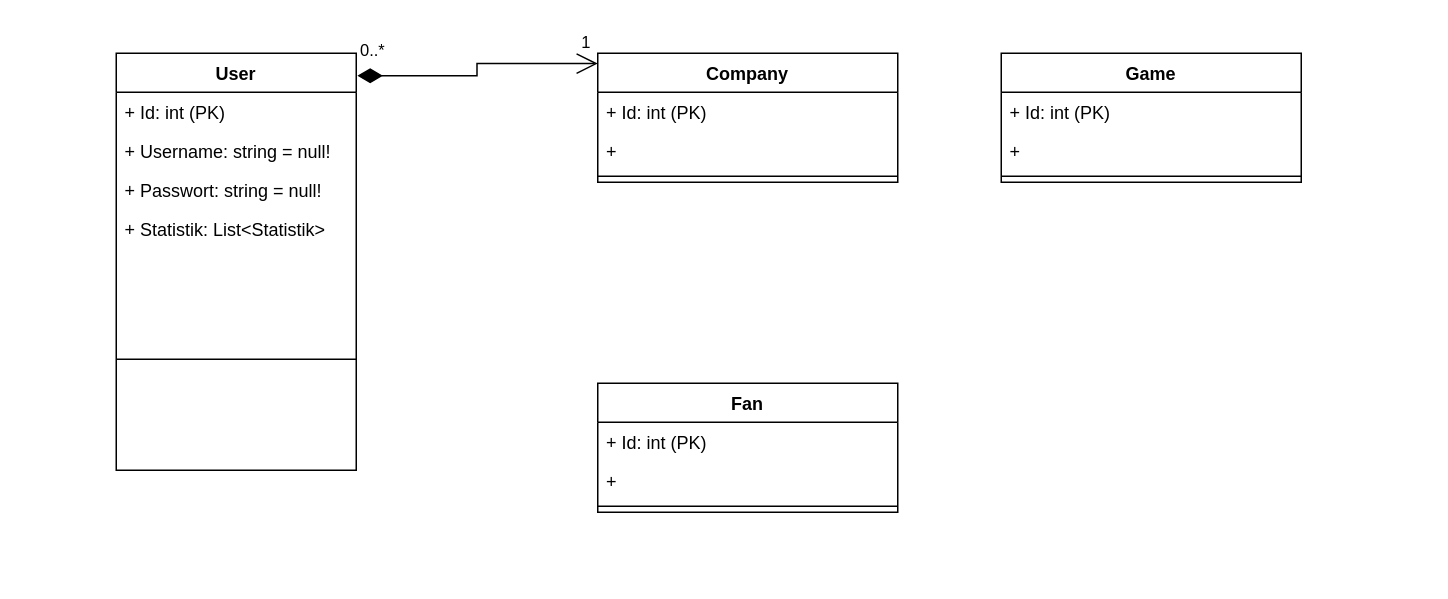
BaranAlg/Multitool-Project keeps this draw.io diagram as Doppelt_UML.drawio. Above is the earlier version. Source tidied: cells renumbered, new cells numbered last; positions are measured from the earlier drawing's top-left corner, leaving out a move shared by most shapes. Both pictures are drawn from the tidied source at 150%, with x=0, y=0 at pixel (116, 52).
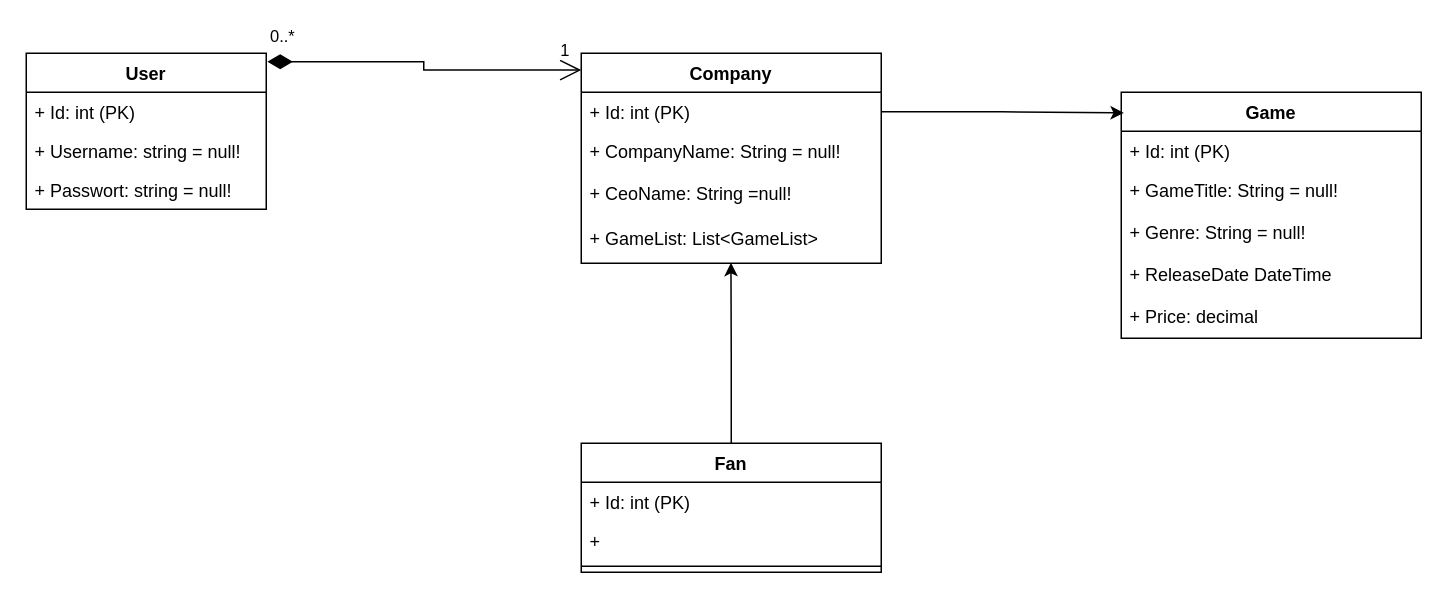
After the change.

The change refers to these unchanged cells:
```xml
<mxCell id="3" value="+ Id: int (PK)" style="text;strokeColor=none;fillColor=none;align=left;verticalAlign=top;spacingLeft=4;spacingRight=4;overflow=hidden;points=[[0,0.5],[1,0.5]];portConstraint=eastwest;whiteSpace=wrap;html=1;" parent="2" vertex="1">
  <mxGeometry y="26" width="200" height="26" as="geometry" />
</mxCell>
```

What changed in the source:
```diff
@@
     <mxCell id="2" value="Company" style="swimlane;fontStyle=1;align=center;verticalAlign=top;horizontal=1;startSize=26;whiteSpace=wrap;html=1;" parent="1" vertex="1">
-      <mxGeometry x="321" width="200" height="86" as="geometry" />
+      <mxGeometry x="310" width="200" height="140" as="geometry" />
     </mxCell>
@@
-    <mxCell id="4" value="+&amp;nbsp;" style="text;strokeColor=none;fillColor=none;align=left;verticalAlign=top;spacingLeft=4;spacingRight=4;overflow=hidden;whiteSpace=wrap;html=1;" parent="2" vertex="1">
-      <mxGeometry y="52" width="200" height="26" as="geometry" />
+    <mxCell id="4" value="+ CompanyName: String = null!&lt;div&gt;&lt;span style=&quot;color: rgb(255, 255, 255); font-family: &amp;quot;Söhne Mono&amp;quot;, Monaco, &amp;quot;Andale Mono&amp;quot;, &amp;quot;Ubuntu Mono&amp;quot;, monospace; font-size: 14px; white-space: pre; background-color: rgb(13, 13, 13);&quot;&gt;&lt;br&gt;&lt;/span&gt;&lt;/div&gt;&lt;div&gt;&lt;span style=&quot;color: rgb(255, 255, 255); font-family: &amp;quot;Söhne Mono&amp;quot;, Monaco, &amp;quot;Andale Mono&amp;quot;, &amp;quot;Ubuntu Mono&amp;quot;, monospace; font-size: 14px; white-space: pre; background-color: rgb(13, 13, 13);&quot;&gt; &lt;/span&gt;&lt;div&gt;&lt;div&gt;&lt;br&gt;&lt;/div&gt;&lt;/div&gt;&lt;/div&gt;" style="text;strokeColor=none;fillColor=none;align=left;verticalAlign=top;spacingLeft=4;spacingRight=4;overflow=hidden;whiteSpace=wrap;html=1;" parent="2" vertex="1">
+      <mxGeometry y="52" width="200" height="28" as="geometry" />
     </mxCell>
-    <mxCell id="5" style="line;strokeWidth=1;fillColor=none;align=left;verticalAlign=middle;spacingTop=-1;spacingLeft=3;spacingRight=3;labelPosition=right;strokeColor=inherit;" parent="2" vertex="1">
-      <mxGeometry y="78" width="200" height="8" as="geometry" />
-    </mxCell>
+    <mxCell id="22" value="&lt;div&gt;&lt;div&gt;&lt;div&gt;+ CeoName: String =null!&lt;/div&gt;&lt;/div&gt;&lt;/div&gt;" style="text;strokeColor=none;fillColor=none;align=left;verticalAlign=top;spacingLeft=4;spacingRight=4;overflow=hidden;whiteSpace=wrap;html=1;" parent="2" vertex="1">
+      <mxGeometry y="80" width="200" height="30" as="geometry" />
+    </mxCell>
+    <mxCell id="23" value="&lt;div&gt;&lt;div&gt;&lt;div&gt;+ GameList: List&amp;lt;GameList&amp;gt;&lt;/div&gt;&lt;/div&gt;&lt;/div&gt;" style="text;strokeColor=none;fillColor=none;align=left;verticalAlign=top;spacingLeft=4;spacingRight=4;overflow=hidden;points=[[0,0.5],[1,0.5]];portConstraint=eastwest;whiteSpace=wrap;html=1;" parent="2" vertex="1">
+      <mxGeometry y="110" width="200" height="30" as="geometry" />
+    </mxCell>
     <mxCell id="6" value="User" style="swimlane;fontStyle=1;align=center;verticalAlign=top;horizontal=1;startSize=26;whiteSpace=wrap;html=1;" parent="1" vertex="1">
-      <mxGeometry width="160" height="278" as="geometry" />
+      <mxGeometry x="-60" width="160" height="104" as="geometry" />
     </mxCell>
@@
-    <mxCell id="10" value="+ Statistik: List&amp;lt;Statistik&amp;gt;&lt;div&gt;&lt;br&gt;&lt;/div&gt;&lt;div&gt;&lt;br&gt;&lt;/div&gt;" style="text;strokeColor=none;fillColor=none;align=left;verticalAlign=top;spacingLeft=4;spacingRight=4;overflow=hidden;whiteSpace=wrap;html=1;" parent="6" vertex="1">
-      <mxGeometry y="104" width="160" height="26" as="geometry" />
-    </mxCell>
-    <mxCell id="11" style="line;strokeWidth=1;fillColor=none;align=left;verticalAlign=middle;spacingTop=-1;spacingLeft=3;spacingRight=3;labelPosition=right;strokeColor=inherit;" parent="6" vertex="1">
-      <mxGeometry y="130" width="160" height="148" as="geometry" />
-    </mxCell>
@@
     <mxCell id="14" value="Game" style="swimlane;fontStyle=1;align=center;verticalAlign=top;horizontal=1;startSize=26;whiteSpace=wrap;html=1;" parent="1" vertex="1">
-      <mxGeometry x="590" width="200" height="86" as="geometry" />
+      <mxGeometry x="670" y="26" width="200" height="164" as="geometry" />
     </mxCell>
@@
-    <mxCell id="16" value="+&amp;nbsp;" style="text;strokeColor=none;fillColor=none;align=left;verticalAlign=top;spacingLeft=4;spacingRight=4;overflow=hidden;whiteSpace=wrap;html=1;" parent="14" vertex="1">
-      <mxGeometry y="52" width="200" height="26" as="geometry" />
+    <mxCell id="16" value="+ GameTitle: String = null!" style="text;strokeColor=none;fillColor=none;align=left;verticalAlign=top;spacingLeft=4;spacingRight=4;overflow=hidden;whiteSpace=wrap;html=1;" parent="14" vertex="1">
+      <mxGeometry y="52" width="200" height="28" as="geometry" />
     </mxCell>
-    <mxCell id="17" style="line;strokeWidth=1;fillColor=none;align=left;verticalAlign=middle;spacingTop=-1;spacingLeft=3;spacingRight=3;labelPosition=right;strokeColor=inherit;" parent="14" vertex="1">
-      <mxGeometry y="78" width="200" height="8" as="geometry" />
-    </mxCell>
+    <mxCell id="24" value="+ Genre: String = null!" style="text;strokeColor=none;fillColor=none;align=left;verticalAlign=top;spacingLeft=4;spacingRight=4;overflow=hidden;whiteSpace=wrap;html=1;" parent="14" vertex="1">
+      <mxGeometry y="80" width="200" height="28" as="geometry" />
+    </mxCell>
+    <mxCell id="25" value="+ ReleaseDate DateTime&amp;nbsp;" style="text;strokeColor=none;fillColor=none;align=left;verticalAlign=top;spacingLeft=4;spacingRight=4;overflow=hidden;whiteSpace=wrap;html=1;" parent="14" vertex="1">
+      <mxGeometry y="108" width="200" height="28" as="geometry" />
+    </mxCell>
+    <mxCell id="26" value="+ Price: decimal" style="text;strokeColor=none;fillColor=none;align=left;verticalAlign=top;spacingLeft=4;spacingRight=4;overflow=hidden;whiteSpace=wrap;html=1;" parent="14" vertex="1">
+      <mxGeometry y="136" width="200" height="28" as="geometry" />
+    </mxCell>
     <mxCell id="18" value="Fan" style="swimlane;fontStyle=1;align=center;verticalAlign=top;horizontal=1;startSize=26;whiteSpace=wrap;html=1;" parent="1" vertex="1">
-      <mxGeometry x="321" y="220" width="200" height="86" as="geometry" />
+      <mxGeometry x="310" y="260" width="200" height="86" as="geometry" />
     </mxCell>
@@
+    <mxCell id="27" style="edgeStyle=orthogonalEdgeStyle;rounded=0;jettySize=auto;html=1;exitX=1;exitY=0.5;exitDx=0;exitDy=0;entryX=0.009;entryY=0.084;entryDx=0;entryDy=0;entryPerimeter=0;" parent="1" edge="1" source="3" target="14">
+      <mxGeometry relative="1" as="geometry" />
+    </mxCell>
+    <mxCell id="28" style="edgeStyle=orthogonalEdgeStyle;rounded=0;jettySize=auto;html=1;exitX=0.5;exitY=0;exitDx=0;exitDy=0;entryX=0.499;entryY=0.989;entryDx=0;entryDy=0;entryPerimeter=0;" parent="1" edge="1" source="18" target="23">
+      <mxGeometry relative="1" as="geometry" />
+    </mxCell>
```
